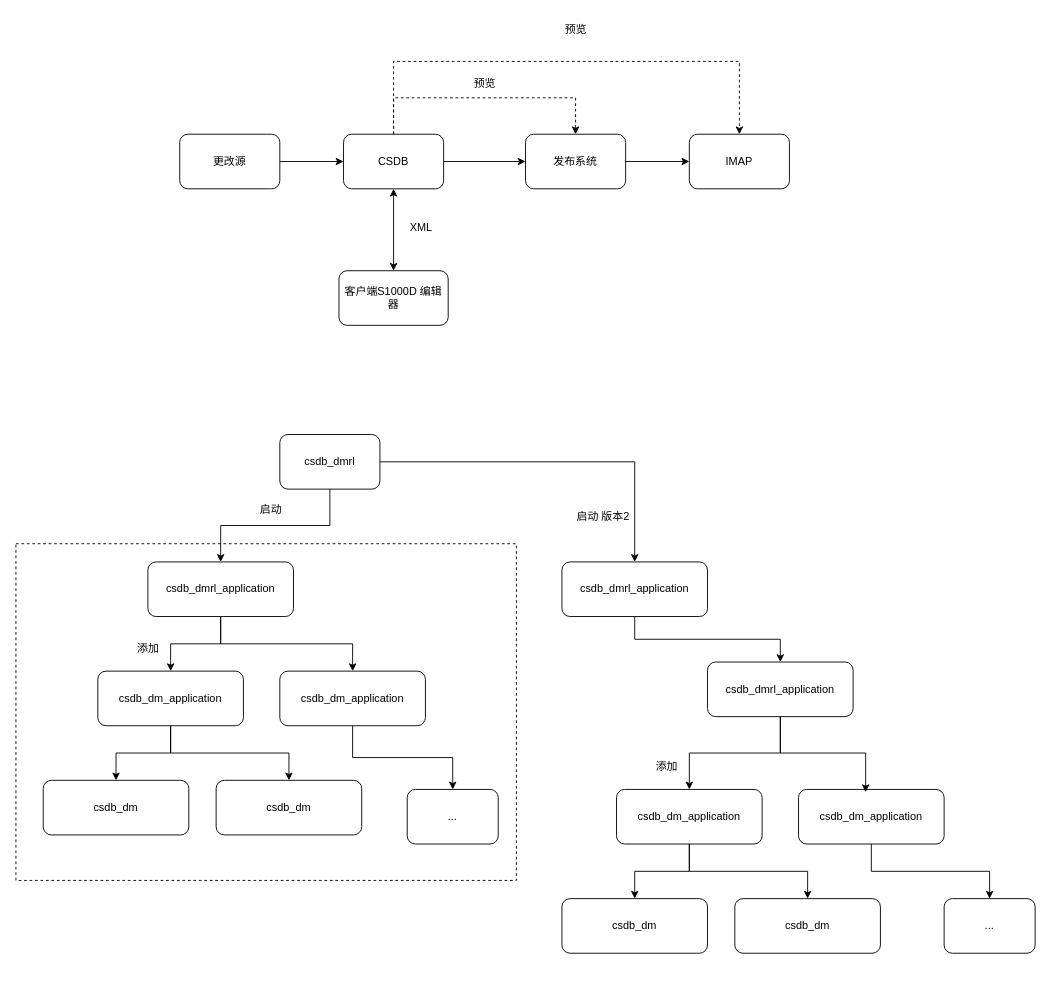
DemonHan/KuickBuy keeps this draw.io diagram as csdb/csdb系统交互.drawio. Above is the earlier version. Source tidied: cells renumbered, new cells numbered last; positions are measured from the earlier drawing's top-left corner, leaving out a move shared by most shapes. Both pictures are drawn from the tidied source at 91%, with x=0, y=0 at pixel (15, 15).
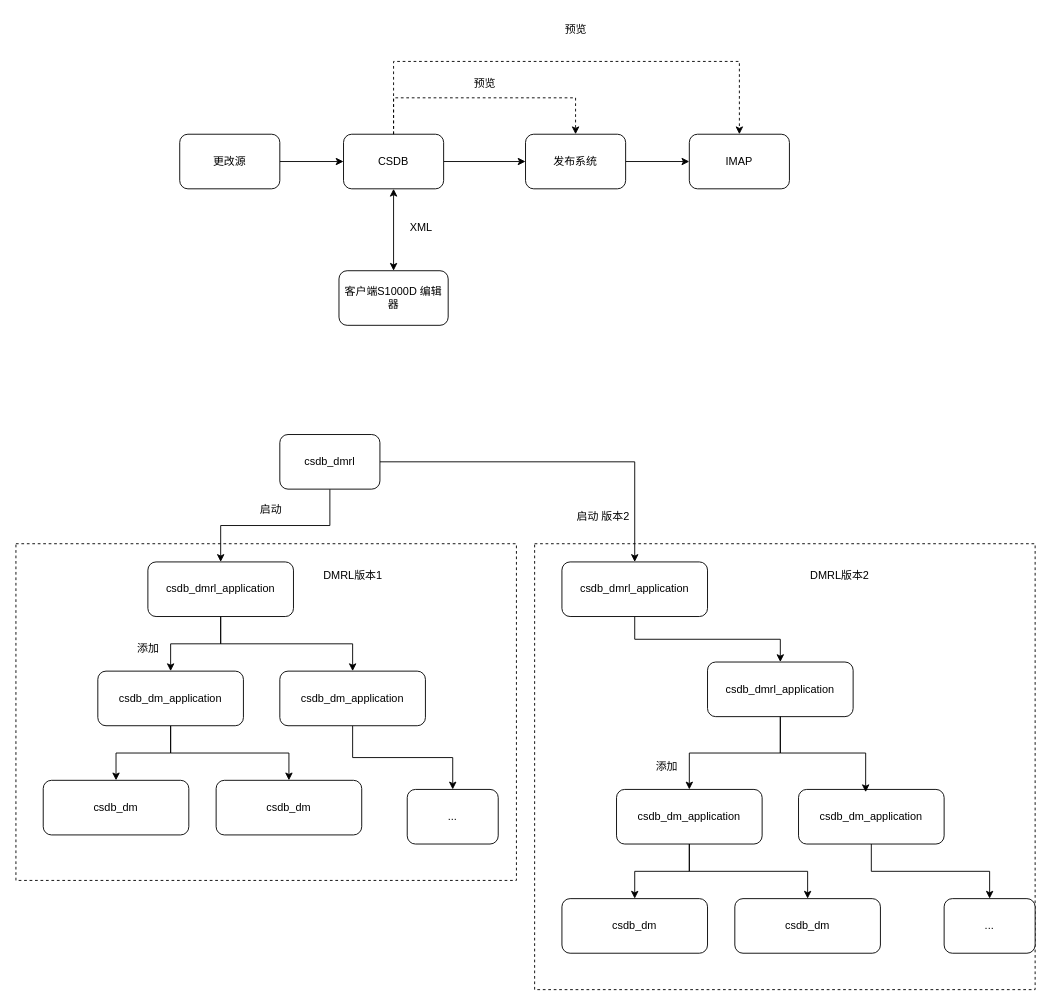
After the change.

Commit message:
更新csdb系统交互.drawio

Diff of the diagram source:
```diff
@@
+    <mxCell id="48" style="rounded=0;whiteSpace=wrap;html=1;dashed=1;" parent="1" vertex="1">
+      <mxGeometry x="570" y="580" width="550" height="490" as="geometry" />
+    </mxCell>
@@
+    <mxCell id="49" value="DMRL版本1" style="text;html=1;align=center;verticalAlign=middle;strokeColor=none;fillColor=none;" parent="1" vertex="1">
+      <mxGeometry x="325" y="600" width="90" height="30" as="geometry" />
+    </mxCell>
+    <mxCell id="50" value="DMRL版本2" style="text;html=1;align=center;verticalAlign=middle;strokeColor=none;fillColor=none;" parent="1" vertex="1">
+      <mxGeometry x="860" y="600" width="90" height="30" as="geometry" />
+    </mxCell>
```
